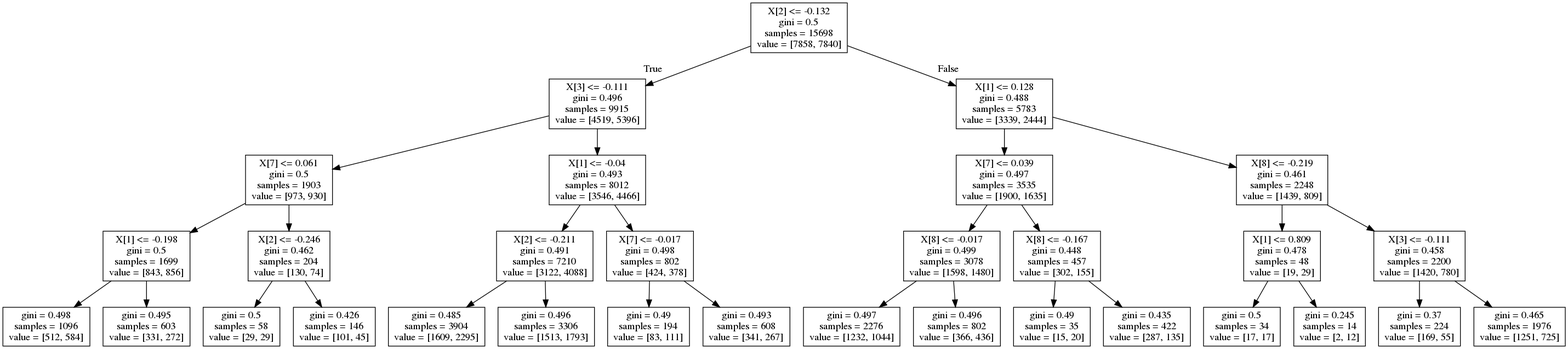
maitmansour/business-intelligence keeps this Graphviz diagram as insurance-application/plot/DT/decision-tree.gv.png. Above is the earlier version. Its source is kept beside it as insurance-application/plot/DT/decision-tree.gv.
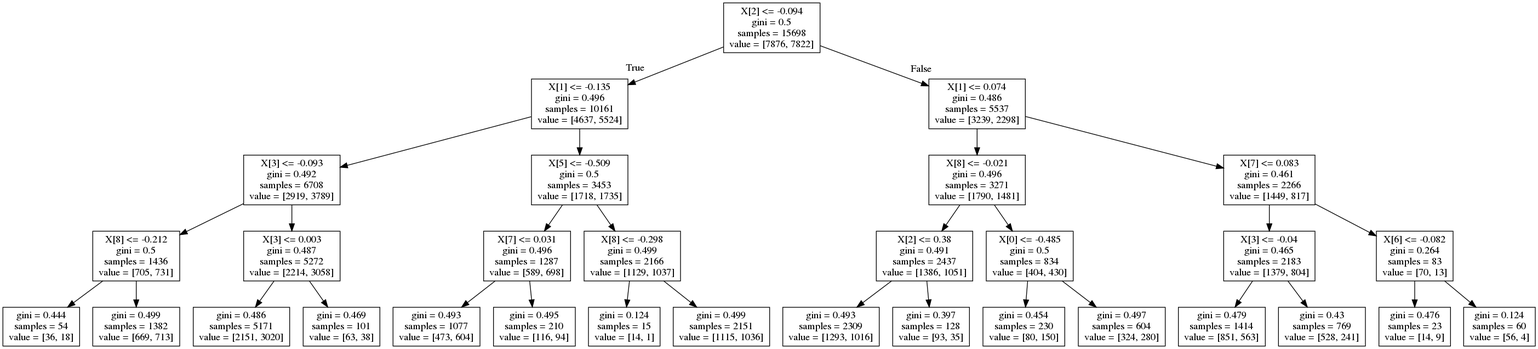
After the commit.

The edit, as a diff of the source:
```diff
@@ -1,64 +1,64 @@
 digraph Tree {
 node [shape=box] ;
-0 [label="X[2] <= -0.132\ngini = 0.5\nsamples = 15698\nvalue = [7858, 7840]"] ;
-1 [label="X[3] <= -0.111\ngini = 0.496\nsamples = 9915\nvalue = [4519, 5396]"] ;
+0 [label="X[2] <= -0.094\ngini = 0.5\nsamples = 15698\nvalue = [7876, 7822]"] ;
+1 [label="X[1] <= -0.135\ngini = 0.496\nsamples = 10161\nvalue = [4637, 5524]"] ;
 0 -> 1 [labeldistance=2.5, labelangle=45, headlabel="True"] ;
-2 [label="X[7] <= 0.061\ngini = 0.5\nsamples = 1903\nvalue = [973, 930]"] ;
+2 [label="X[3] <= -0.093\ngini = 0.492\nsamples = 6708\nvalue = [2919, 3789]"] ;
 1 -> 2 ;
-3 [label="X[1] <= -0.198\ngini = 0.5\nsamples = 1699\nvalue = [843, 856]"] ;
+3 [label="X[8] <= -0.212\ngini = 0.5\nsamples = 1436\nvalue = [705, 731]"] ;
 2 -> 3 ;
-4 [label="gini = 0.498\nsamples = 1096\nvalue = [512, 584]"] ;
+4 [label="gini = 0.444\nsamples = 54\nvalue = [36, 18]"] ;
 3 -> 4 ;
-5 [label="gini = 0.495\nsamples = 603\nvalue = [331, 272]"] ;
+5 [label="gini = 0.499\nsamples = 1382\nvalue = [669, 713]"] ;
 3 -> 5 ;
-6 [label="X[2] <= -0.246\ngini = 0.462\nsamples = 204\nvalue = [130, 74]"] ;
+6 [label="X[3] <= 0.003\ngini = 0.487\nsamples = 5272\nvalue = [2214, 3058]"] ;
 2 -> 6 ;
-7 [label="gini = 0.5\nsamples = 58\nvalue = [29, 29]"] ;
+7 [label="gini = 0.486\nsamples = 5171\nvalue = [2151, 3020]"] ;
 6 -> 7 ;
-8 [label="gini = 0.426\nsamples = 146\nvalue = [101, 45]"] ;
+8 [label="gini = 0.469\nsamples = 101\nvalue = [63, 38]"] ;
 6 -> 8 ;
-9 [label="X[1] <= -0.04\ngini = 0.493\nsamples = 8012\nvalue = [3546, 4466]"] ;
+9 [label="X[5] <= -0.509\ngini = 0.5\nsamples = 3453\nvalue = [1718, 1735]"] ;
 1 -> 9 ;
-10 [label="X[2] <= -0.211\ngini = 0.491\nsamples = 7210\nvalue = [3122, 4088]"] ;
+10 [label="X[7] <= 0.031\ngini = 0.496\nsamples = 1287\nvalue = [589, 698]"] ;
 9 -> 10 ;
-11 [label="gini = 0.485\nsamples = 3904\nvalue = [1609, 2295]"] ;
+11 [label="gini = 0.493\nsamples = 1077\nvalue = [473, 604]"] ;
 10 -> 11 ;
-12 [label="gini = 0.496\nsamples = 3306\nvalue = [1513, 1793]"] ;
+12 [label="gini = 0.495\nsamples = 210\nvalue = [116, 94]"] ;
 10 -> 12 ;
-13 [label="X[7] <= -0.017\ngini = 0.498\nsamples = 802\nvalue = [424, 378]"] ;
+13 [label="X[8] <= -0.298\ngini = 0.499\nsamples = 2166\nvalue = [1129, 1037]"] ;
 9 -> 13 ;
-14 [label="gini = 0.49\nsamples = 194\nvalue = [83, 111]"] ;
+14 [label="gini = 0.124\nsamples = 15\nvalue = [14, 1]"] ;
 13 -> 14 ;
-15 [label="gini = 0.493\nsamples = 608\nvalue = [341, 267]"] ;
+15 [label="gini = 0.499\nsamples = 2151\nvalue = [1115, 1036]"] ;
 13 -> 15 ;
-16 [label="X[1] <= 0.128\ngini = 0.488\nsamples = 5783\nvalue = [3339, 2444]"] ;
+16 [label="X[1] <= 0.074\ngini = 0.486\nsamples = 5537\nvalue = [3239, 2298]"] ;
 0 -> 16 [labeldistance=2.5, labelangle=-45, headlabel="False"] ;
-17 [label="X[7] <= 0.039\ngini = 0.497\nsamples = 3535\nvalue = [1900, 1635]"] ;
+17 [label="X[8] <= -0.021\ngini = 0.496\nsamples = 3271\nvalue = [1790, 1481]"] ;
 16 -> 17 ;
-18 [label="X[8] <= -0.017\ngini = 0.499\nsamples = 3078\nvalue = [1598, 1480]"] ;
+18 [label="X[2] <= 0.38\ngini = 0.491\nsamples = 2437\nvalue = [1386, 1051]"] ;
 17 -> 18 ;
-19 [label="gini = 0.497\nsamples = 2276\nvalue = [1232, 1044]"] ;
+19 [label="gini = 0.493\nsamples = 2309\nvalue = [1293, 1016]"] ;
 18 -> 19 ;
-20 [label="gini = 0.496\nsamples = 802\nvalue = [366, 436]"] ;
+20 [label="gini = 0.397\nsamples = 128\nvalue = [93, 35]"] ;
 18 -> 20 ;
-21 [label="X[8] <= -0.167\ngini = 0.448\nsamples = 457\nvalue = [302, 155]"] ;
+21 [label="X[0] <= -0.485\ngini = 0.5\nsamples = 834\nvalue = [404, 430]"] ;
 17 -> 21 ;
-22 [label="gini = 0.49\nsamples = 35\nvalue = [15, 20]"] ;
+22 [label="gini = 0.454\nsamples = 230\nvalue = [80, 150]"] ;
 21 -> 22 ;
-23 [label="gini = 0.435\nsamples = 422\nvalue = [287, 135]"] ;
+23 [label="gini = 0.497\nsamples = 604\nvalue = [324, 280]"] ;
 21 -> 23 ;
-24 [label="X[8] <= -0.219\ngini = 0.461\nsamples = 2248\nvalue = [1439, 809]"] ;
+24 [label="X[7] <= 0.083\ngini = 0.461\nsamples = 2266\nvalue = [1449, 817]"] ;
 16 -> 24 ;
-25 [label="X[1] <= 0.809\ngini = 0.478\nsamples = 48\nvalue = [19, 29]"] ;
+25 [label="X[3] <= -0.04\ngini = 0.465\nsamples = 2183\nvalue = [1379, 804]"] ;
 24 -> 25 ;
-26 [label="gini = 0.5\nsamples = 34\nvalue = [17, 17]"] ;
+26 [label="gini = 0.479\nsamples = 1414\nvalue = [851, 563]"] ;
 25 -> 26 ;
-27 [label="gini = 0.245\nsamples = 14\nvalue = [2, 12]"] ;
+27 [label="gini = 0.43\nsamples = 769\nvalue = [528, 241]"] ;
 25 -> 27 ;
-28 [label="X[3] <= -0.111\ngini = 0.458\nsamples = 2200\nvalue = [1420, 780]"] ;
+28 [label="X[6] <= -0.082\ngini = 0.264\nsamples = 83\nvalue = [70, 13]"] ;
 24 -> 28 ;
-29 [label="gini = 0.37\nsamples = 224\nvalue = [169, 55]"] ;
+29 [label="gini = 0.476\nsamples = 23\nvalue = [14, 9]"] ;
 28 -> 29 ;
-30 [label="gini = 0.465\nsamples = 1976\nvalue = [1251, 725]"] ;
+30 [label="gini = 0.124\nsamples = 60\nvalue = [56, 4]"] ;
 28 -> 30 ;
 }
```
